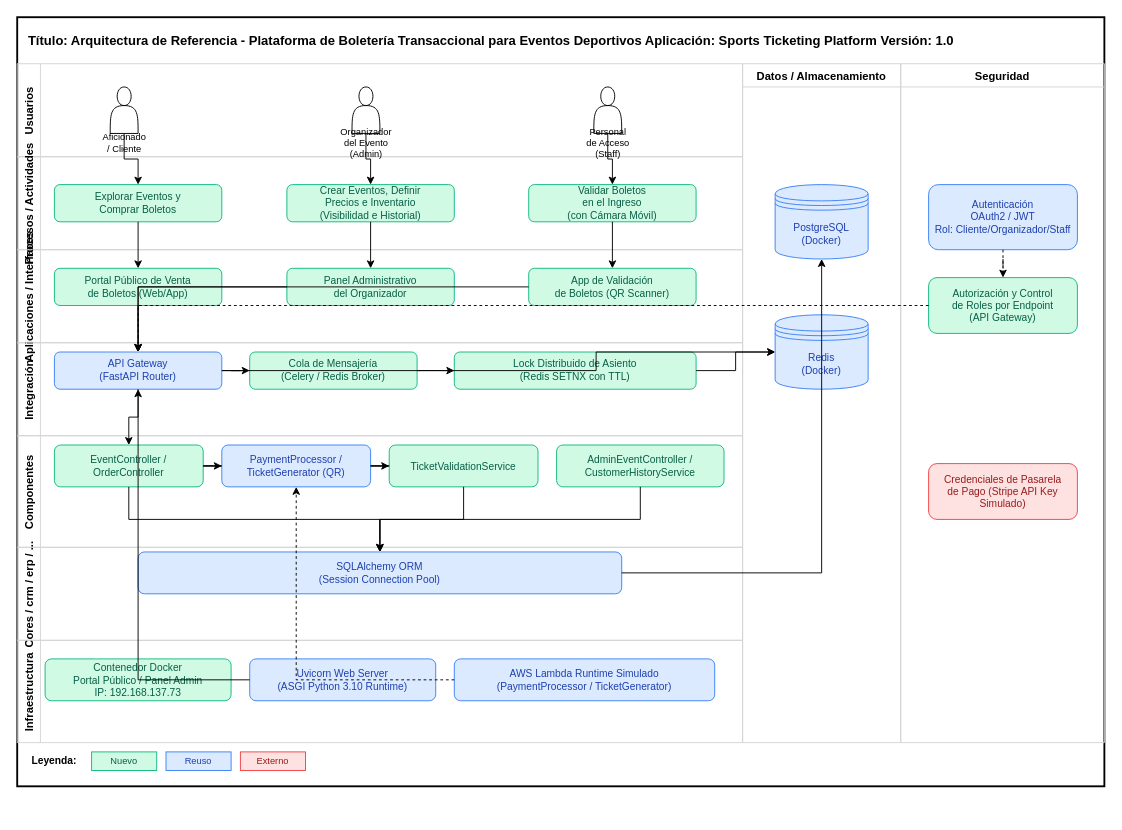
The draw.io diagram arquitectura_referencia.drawio in Fe14lipe/Ticket-Futbol, before the edit. Source tidied: cells renumbered, new cells numbered last; positions are measured from the earlier drawing's top-left corner, leaving out a move shared by most shapes. Both pictures are drawn from the tidied source at 93%, with x=0, y=0 at pixel (17, 17).
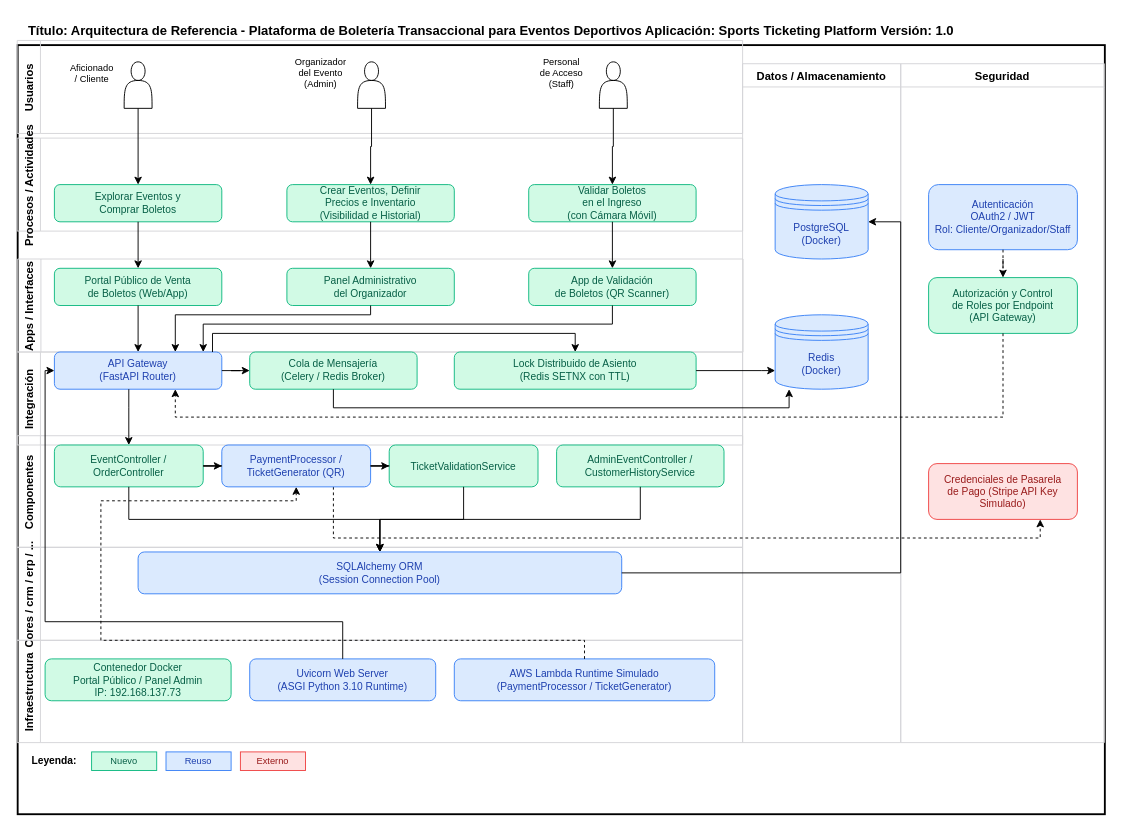
The same page after the edit.

Unchanged cells that the change refers to:
```xml
<mxCell id="23" value="Panel Administrativo&#10;del Organizador" style="rounded=1;whiteSpace=wrap;html=1;fillColor=#D1FAE5;strokeColor=#10B981;fontColor=#065F46;align=center;fontSize=11;strokeWidth=1;" parent="1" vertex="1">
  <mxGeometry x="290" y="270" width="180" height="40" as="geometry" />
</mxCell>
<mxCell id="24" value="App de Validación&#10;de Boletos (QR Scanner)" style="rounded=1;whiteSpace=wrap;html=1;fillColor=#D1FAE5;strokeColor=#10B981;fontColor=#065F46;align=center;fontSize=11;strokeWidth=1;" parent="1" vertex="1">
  <mxGeometry x="550" y="270" width="180" height="40" as="geometry" />
</mxCell>
<mxCell id="25" value="API Gateway&#10;(FastAPI Router)" style="rounded=1;whiteSpace=wrap;html=1;fillColor=#DBEAFE;strokeColor=#3B82F6;fontColor=#1E40AF;align=center;fontSize=11;strokeWidth=1;" parent="1" vertex="1">
  <mxGeometry x="40" y="360" width="180" height="40" as="geometry" />
</mxCell>
<mxCell id="26" value="Cola de Mensajería&#10;(Celery / Redis Broker)" style="rounded=1;whiteSpace=wrap;html=1;fillColor=#D1FAE5;strokeColor=#10B981;fontColor=#065F46;align=center;fontSize=11;strokeWidth=1;" parent="1" vertex="1">
  <mxGeometry x="250" y="360" width="180" height="40" as="geometry" />
</mxCell>
<mxCell id="27" value="Lock Distribuido de Asiento&#10;(Redis SETNX con TTL)" style="rounded=1;whiteSpace=wrap;html=1;fillColor=#D1FAE5;strokeColor=#10B981;fontColor=#065F46;align=center;fontSize=11;strokeWidth=1;" parent="1" vertex="1">
  <mxGeometry x="470" y="360" width="260" height="40" as="geometry" />
</mxCell>
<mxCell id="28" value="EventController /&#10;OrderController" style="rounded=1;whiteSpace=wrap;html=1;fillColor=#D1FAE5;strokeColor=#10B981;fontColor=#065F46;align=center;fontSize=11;strokeWidth=1;" parent="1" vertex="1">
  <mxGeometry x="40" y="460" width="160" height="45" as="geometry" />
</mxCell>
<mxCell id="29" value="PaymentProcessor /&#10;TicketGenerator (QR)" style="rounded=1;whiteSpace=wrap;html=1;fillColor=#DBEAFE;strokeColor=#3B82F6;fontColor=#1E40AF;align=center;fontSize=11;strokeWidth=1;" parent="1" vertex="1">
  <mxGeometry x="220" y="460" width="160" height="45" as="geometry" />
</mxCell>
<mxCell id="32" value="SQLAlchemy ORM&#10;(Session Connection Pool)" style="rounded=1;whiteSpace=wrap;html=1;fillColor=#DBEAFE;strokeColor=#3B82F6;fontColor=#1E40AF;align=center;fontSize=11;strokeWidth=1;" parent="1" vertex="1">
  <mxGeometry x="130" y="575" width="520" height="45" as="geometry" />
</mxCell>
<mxCell id="34" value="Uvicorn Web Server&#10;(ASGI Python 3.10 Runtime)" style="rounded=1;whiteSpace=wrap;html=1;fillColor=#DBEAFE;strokeColor=#3B82F6;fontColor=#1E40AF;align=center;fontSize=11;strokeWidth=1;" parent="1" vertex="1">
  <mxGeometry x="250" y="690" width="200" height="45" as="geometry" />
</mxCell>
<mxCell id="35" value="AWS Lambda Runtime Simulado&#10;(PaymentProcessor / TicketGenerator)" style="rounded=1;whiteSpace=wrap;html=1;fillColor=#DBEAFE;strokeColor=#3B82F6;fontColor=#1E40AF;align=center;fontSize=11;strokeWidth=1;" parent="1" vertex="1">
  <mxGeometry x="470" y="690" width="280" height="45" as="geometry" />
</mxCell>
<mxCell id="36" value="PostgreSQL&#10;(Docker)" style="shape=datastore;whiteSpace=wrap;html=1;fillColor=#DBEAFE;strokeColor=#3B82F6;fontColor=#1E40AF;align=center;fontSize=11;strokeWidth=1;" parent="1" vertex="1">
  <mxGeometry x="815" y="180" width="100" height="80" as="geometry" />
</mxCell>
<mxCell id="37" value="Redis&#10;(Docker)" style="shape=datastore;whiteSpace=wrap;html=1;fillColor=#DBEAFE;strokeColor=#3B82F6;fontColor=#1E40AF;align=center;fontSize=11;strokeWidth=1;" parent="1" vertex="1">
  <mxGeometry x="815" y="320" width="100" height="80" as="geometry" />
</mxCell>
<mxCell id="39" value="Autorización y Control&#10;de Roles por Endpoint&#10;(API Gateway)" style="rounded=1;whiteSpace=wrap;html=1;fillColor=#D1FAE5;strokeColor=#10B981;fontColor=#065F46;align=center;fontSize=11;strokeWidth=1;" parent="1" vertex="1">
  <mxGeometry x="980" y="280" width="160" height="60" as="geometry" />
</mxCell>
<mxCell id="40" value="Credenciales de Pasarela&#10;de Pago (Stripe API Key&#10;Simulado)" style="rounded=1;whiteSpace=wrap;html=1;fillColor=#FEE2E2;strokeColor=#EF4444;fontColor=#991B1B;align=center;fontSize=11;strokeWidth=1;" parent="1" vertex="1">
  <mxGeometry x="980" y="480" width="160" height="60" as="geometry" />
</mxCell>
```

The edit, as a diff of the source:
```diff
@@
     <mxCell id="2" value="Título: Arquitectura de Referencia - Plataforma de Boletería Transaccional para Eventos Deportivos   Aplicación: Sports Ticketing Platform   Versión: 1.0" style="text;html=1;strokeColor=none;fillColor=none;align=left;verticalAlign=middle;whiteSpace=wrap;rounded=0;fontSize=14;fontStyle=1;fontColor=#000000;" parent="1" vertex="1">
-      <mxGeometry x="10" y="10" width="1150" height="30" as="geometry" />
+      <mxGeometry x="10" width="1150" height="30" as="geometry" />
     </mxCell>
     <mxCell id="3" style="rounded=0;whiteSpace=wrap;html=1;fillColor=none;strokeColor=#000000;strokeWidth=2;" parent="1" vertex="1">
-      <mxGeometry width="1169" height="827" as="geometry" />
+      <mxGeometry x="0.5" y="30" width="1169" height="827" as="geometry" />
     </mxCell>
     <mxCell id="4" value="Usuarios" style="swimlane;horizontal=0;fillColor=none;strokeColor=#D4D4D8;strokeWidth=1;align=center;verticalAlign=middle;fontColor=#000000;fontStyle=1;startSize=25;" parent="1" vertex="1">
-      <mxGeometry y="50" width="780" height="100" as="geometry" />
+      <mxGeometry y="25" width="780" height="100" as="geometry" />
     </mxCell>
+    <mxCell id="14" value="Aficionado&#10;/ Cliente" style="text;html=1;align=center;verticalAlign=middle;strokeColor=none;fillColor=none;fontSize=10;fontColor=#000000;" parent="4" vertex="1">
+      <mxGeometry x="40" y="25" width="80" height="20" as="geometry" />
+    </mxCell>
+    <mxCell id="16" value="Organizador&#10;del Evento&#10;(Admin)" style="text;html=1;align=center;verticalAlign=middle;strokeColor=none;fillColor=none;fontSize=10;fontColor=#000000;" parent="4" vertex="1">
+      <mxGeometry x="286" y="25" width="80" height="20" as="geometry" />
+    </mxCell>
+    <mxCell id="18" value="Personal&#10;de Acceso&#10;(Staff)" style="text;html=1;align=center;verticalAlign=middle;strokeColor=none;fillColor=none;fontSize=10;fontColor=#000000;" parent="4" vertex="1">
+      <mxGeometry x="544.5" y="25" width="80" height="20" as="geometry" />
+    </mxCell>
     <mxCell id="5" value="Procesos / Actividades" style="swimlane;horizontal=0;fillColor=none;strokeColor=#D4D4D8;strokeWidth=1;align=center;verticalAlign=middle;fontColor=#000000;fontStyle=1;startSize=25;" parent="1" vertex="1">
-      <mxGeometry y="150" width="780" height="100" as="geometry" />
+      <mxGeometry y="130" width="780" height="100" as="geometry" />
     </mxCell>
-    <mxCell id="6" value="Aplicaciones / Interfaces" style="swimlane;horizontal=0;fillColor=none;strokeColor=#D4D4D8;strokeWidth=1;align=center;verticalAlign=middle;fontColor=#000000;fontStyle=1;startSize=25;" parent="1" vertex="1">
-      <mxGeometry y="250" width="780" height="100" as="geometry" />
+    <mxCell id="6" value="Apps / Interfaces" style="swimlane;horizontal=0;fillColor=none;strokeColor=#D4D4D8;strokeWidth=1;align=center;verticalAlign=middle;fontColor=#000000;fontStyle=1;startSize=25;" parent="1" vertex="1">
+      <mxGeometry x="0.5" y="260" width="780" height="100" as="geometry" />
     </mxCell>
     <mxCell id="7" value="Integración" style="swimlane;horizontal=0;fillColor=none;strokeColor=#D4D4D8;strokeWidth=1;align=center;verticalAlign=middle;fontColor=#000000;fontStyle=1;startSize=25;" parent="1" vertex="1">
-      <mxGeometry y="350" width="780" height="100" as="geometry" />
+      <mxGeometry y="360" width="780" height="100" as="geometry" />
     </mxCell>
@@
     <mxCell id="13" style="shape=actor;verticalLabelPosition=bottom;verticalAlign=top;html=1;fillColor=#FFFFFF;strokeColor=#000000;strokeWidth=1;" parent="1" vertex="1">
-      <mxGeometry x="100" y="75" width="30" height="50" as="geometry" />
+      <mxGeometry x="115" y="48" width="30" height="50" as="geometry" />
     </mxCell>
-    <mxCell id="14" value="Aficionado&#10;/ Cliente" style="text;html=1;align=center;verticalAlign=middle;strokeColor=none;fillColor=none;fontSize=10;fontColor=#000000;" parent="1" vertex="1">
-      <mxGeometry x="75" y="125" width="80" height="20" as="geometry" />
-    </mxCell>
     <mxCell id="15" style="shape=actor;verticalLabelPosition=bottom;verticalAlign=top;html=1;fillColor=#FFFFFF;strokeColor=#000000;strokeWidth=1;" parent="1" vertex="1">
-      <mxGeometry x="360" y="75" width="30" height="50" as="geometry" />
+      <mxGeometry x="366" y="48" width="30" height="50" as="geometry" />
     </mxCell>
-    <mxCell id="16" value="Organizador&#10;del Evento&#10;(Admin)" style="text;html=1;align=center;verticalAlign=middle;strokeColor=none;fillColor=none;fontSize=10;fontColor=#000000;" parent="1" vertex="1">
-      <mxGeometry x="335" y="125" width="80" height="20" as="geometry" />
-    </mxCell>
     <mxCell id="17" style="shape=actor;verticalLabelPosition=bottom;verticalAlign=top;html=1;fillColor=#FFFFFF;strokeColor=#000000;strokeWidth=1;" parent="1" vertex="1">
-      <mxGeometry x="620" y="75" width="30" height="50" as="geometry" />
+      <mxGeometry x="626" y="48" width="30" height="50" as="geometry" />
     </mxCell>
-    <mxCell id="18" value="Personal&#10;de Acceso&#10;(Staff)" style="text;html=1;align=center;verticalAlign=middle;strokeColor=none;fillColor=none;fontSize=10;fontColor=#000000;" parent="1" vertex="1">
-      <mxGeometry x="595" y="125" width="80" height="20" as="geometry" />
-    </mxCell>
@@
+    <mxCell id="69" style="edgeStyle=orthogonalEdgeStyle;rounded=0;jettySize=auto;html=1;exitX=0.75;exitY=1;exitDx=0;exitDy=0;entryX=0.75;entryY=1;entryDx=0;entryDy=0;dashed=1;" parent="1" edge="1" source="29" target="40">
+      <mxGeometry relative="1" as="geometry" />
+    </mxCell>
@@
     <mxCell id="52" style="edgeStyle=orthogonalEdgeStyle;rounded=0;jettySize=auto;html=1;strokeColor=#000000;strokeWidth=1;endArrow=classic;endFill=1;" parent="1" edge="1" source="23" target="25">
-      <mxGeometry relative="1" as="geometry" />
+      <mxGeometry relative="1" as="geometry">
+        <Array as="points">
+          <mxPoint x="380" y="320" />
+          <mxPoint x="170" y="320" />
+        </Array>
+      </mxGeometry>
     </mxCell>
     <mxCell id="53" style="edgeStyle=orthogonalEdgeStyle;rounded=0;jettySize=auto;html=1;strokeColor=#000000;strokeWidth=1;endArrow=classic;endFill=1;" parent="1" edge="1" source="24" target="25">
-      <mxGeometry relative="1" as="geometry" />
+      <mxGeometry relative="1" as="geometry">
+        <Array as="points">
+          <mxPoint x="640" y="330" />
+          <mxPoint x="200" y="330" />
+        </Array>
+      </mxGeometry>
     </mxCell>
@@
     <mxCell id="55" style="edgeStyle=orthogonalEdgeStyle;rounded=0;jettySize=auto;html=1;strokeColor=#000000;strokeWidth=1;endArrow=classic;endFill=1;" parent="1" edge="1" source="25" target="27">
-      <mxGeometry relative="1" as="geometry" />
+      <mxGeometry relative="1" as="geometry">
+        <Array as="points">
+          <mxPoint x="210" y="340" />
+          <mxPoint x="600" y="340" />
+        </Array>
+      </mxGeometry>
     </mxCell>
     <mxCell id="56" style="edgeStyle=orthogonalEdgeStyle;rounded=0;jettySize=auto;html=1;strokeColor=#000000;strokeWidth=1;endArrow=classic;endFill=1;" parent="1" edge="1" source="25" target="28">
-      <mxGeometry relative="1" as="geometry" />
+      <mxGeometry relative="1" as="geometry">
+        <Array as="points">
+          <mxPoint x="120" y="420" />
+          <mxPoint x="120" y="420" />
+        </Array>
+      </mxGeometry>
     </mxCell>
@@
     <mxCell id="62" style="edgeStyle=orthogonalEdgeStyle;rounded=0;jettySize=auto;html=1;strokeColor=#000000;strokeWidth=1;endArrow=classic;endFill=1;" parent="1" edge="1" source="32" target="36">
-      <mxGeometry relative="1" as="geometry" />
+      <mxGeometry relative="1" as="geometry">
+        <Array as="points">
+          <mxPoint x="950" y="598" />
+          <mxPoint x="950" y="220" />
+        </Array>
+      </mxGeometry>
     </mxCell>
     <mxCell id="63" style="edgeStyle=orthogonalEdgeStyle;rounded=0;jettySize=auto;html=1;strokeColor=#000000;strokeWidth=1;endArrow=classic;endFill=1;" parent="1" edge="1" source="27" target="37">
-      <mxGeometry relative="1" as="geometry" />
+      <mxGeometry relative="1" as="geometry">
+        <Array as="points">
+          <mxPoint x="800" y="380" />
+          <mxPoint x="800" y="380" />
+        </Array>
+      </mxGeometry>
     </mxCell>
     <mxCell id="64" style="edgeStyle=orthogonalEdgeStyle;rounded=0;jettySize=auto;html=1;strokeColor=#000000;strokeWidth=1;endArrow=classic;endFill=1;" parent="1" edge="1" source="26" target="37">
-      <mxGeometry relative="1" as="geometry" />
+      <mxGeometry relative="1" as="geometry">
+        <Array as="points">
+          <mxPoint x="340" y="420" />
+          <mxPoint x="830" y="420" />
+        </Array>
+      </mxGeometry>
     </mxCell>
     <mxCell id="65" style="edgeStyle=orthogonalEdgeStyle;rounded=0;jettySize=auto;html=1;strokeColor=#000000;strokeWidth=1;endArrow=classic;endFill=1;" parent="1" edge="1" source="34" target="25">
-      <mxGeometry relative="1" as="geometry" />
+      <mxGeometry relative="1" as="geometry">
+        <Array as="points">
+          <mxPoint x="350" y="650" />
+          <mxPoint x="30" y="650" />
+          <mxPoint x="30" y="380" />
+        </Array>
+      </mxGeometry>
     </mxCell>
     <mxCell id="66" style="edgeStyle=orthogonalEdgeStyle;rounded=0;jettySize=auto;html=1;strokeColor=#000000;strokeWidth=1;endArrow=classic;endFill=1;dashed=1;" parent="1" edge="1" source="35" target="29">
-      <mxGeometry relative="1" as="geometry" />
+      <mxGeometry relative="1" as="geometry">
+        <Array as="points">
+          <mxPoint x="610" y="670" />
+          <mxPoint x="90" y="670" />
+          <mxPoint x="90" y="520" />
+          <mxPoint x="300" y="520" />
+        </Array>
+      </mxGeometry>
     </mxCell>
@@
     <mxCell id="68" style="edgeStyle=orthogonalEdgeStyle;rounded=0;jettySize=auto;html=1;strokeColor=#000000;strokeWidth=1;endArrow=classic;endFill=1;dashed=1;" parent="1" edge="1" source="39" target="25">
-      <mxGeometry relative="1" as="geometry" />
+      <mxGeometry relative="1" as="geometry">
+        <Array as="points">
+          <mxPoint x="1060" y="430" />
+          <mxPoint x="170" y="430" />
+        </Array>
+      </mxGeometry>
     </mxCell>
```
